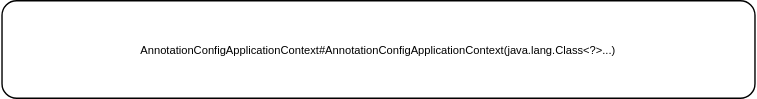
Before: Untitled Diagram.drawio.svg, a diagram exported from draw.io (ligenhui21/diagrams). Source tidied: cells renumbered, new cells last; positions are measured from the earlier drawing's top-left corner, leaving out a move shared by most shapes.
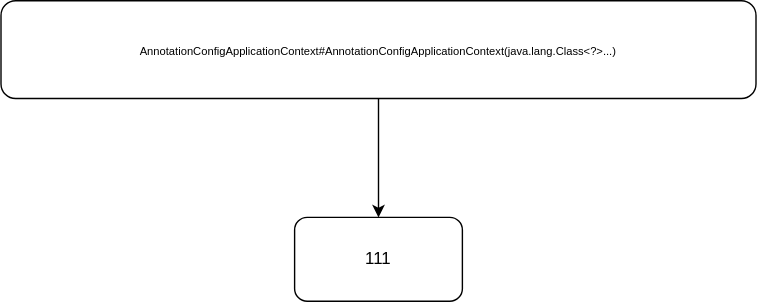
After the change.

The edit, as a diff of the source:
```diff
@@ -2,8 +2,14 @@
   <root>
     <mxCell id="0" />
     <mxCell id="1" parent="0" />
+    <mxCell id="3" style="edgeStyle=orthogonalEdgeStyle;rounded=0;jettySize=auto;html=1;" parent="1" edge="1" source="2" target="4">
+      <mxGeometry relative="1" as="geometry" />
+    </mxCell>
     <mxCell id="2" value="&lt;font style=&quot;font-size: 8px&quot;&gt;AnnotationConfigApplicationContext#AnnotationConfigApplicationContext(java.lang.Class&amp;lt;?&amp;gt;...)&lt;/font&gt;" style="rounded=1;whiteSpace=wrap;html=1;" parent="1" vertex="1">
       <mxGeometry width="540" height="70" as="geometry" />
     </mxCell>
+    <mxCell id="4" value="111" style="whiteSpace=wrap;html=1;rounded=1;" parent="1" vertex="1">
+      <mxGeometry x="210" y="155" width="120" height="60" as="geometry" />
+    </mxCell>
   </root>
 </mxGraphModel>
```
